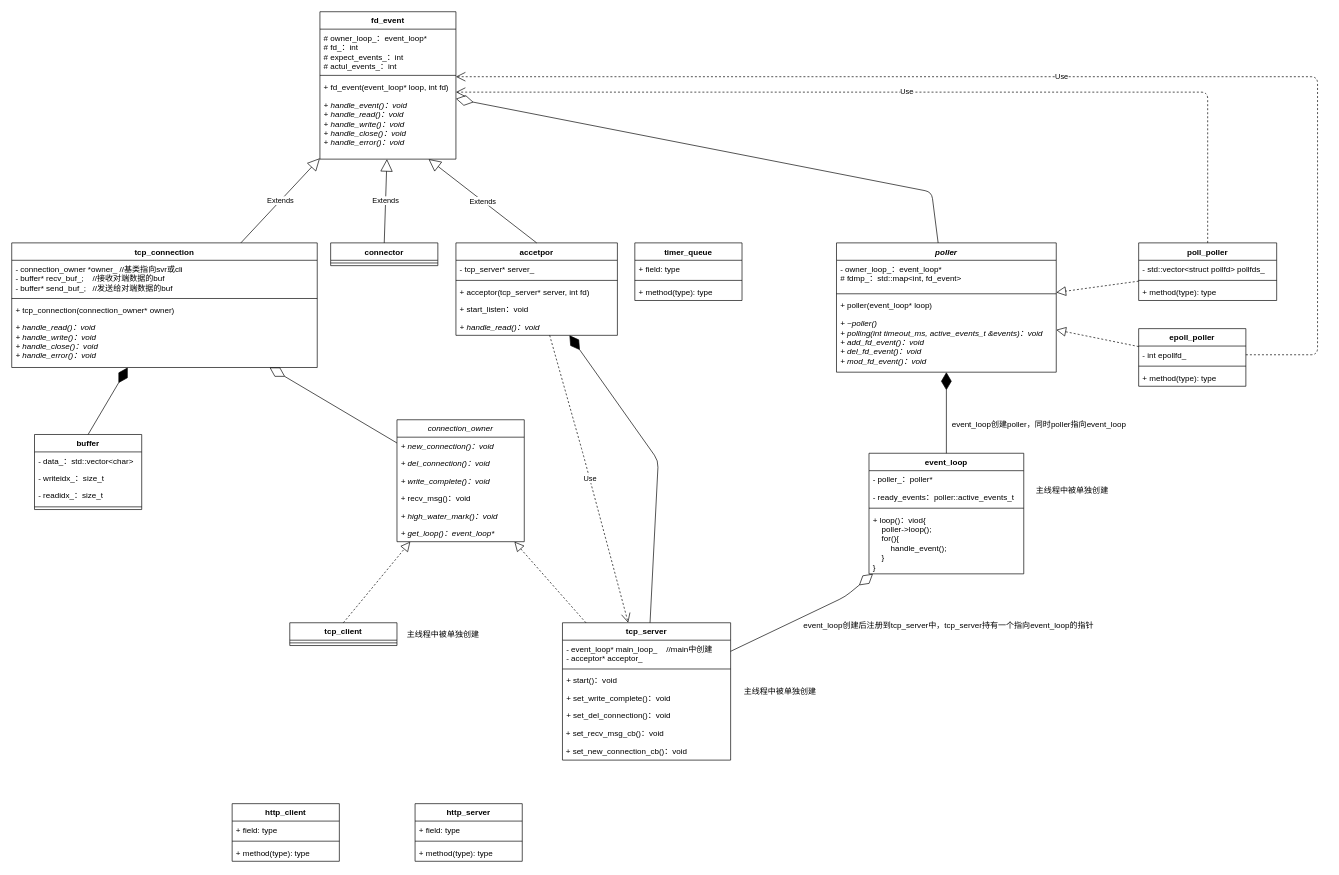
HLhuanglang/eNET keeps this draw.io diagram as page "UML" (5 of 6) of docs/easy_net.drawio. Above is the earlier version. Source tidied: cells renumbered, new cells numbered last; positions are measured from the earlier drawing's top-left corner, leaving out a move shared by most shapes. Both pictures are drawn from the tidied source at 67%, with x=0, y=0 at pixel (11, 11).
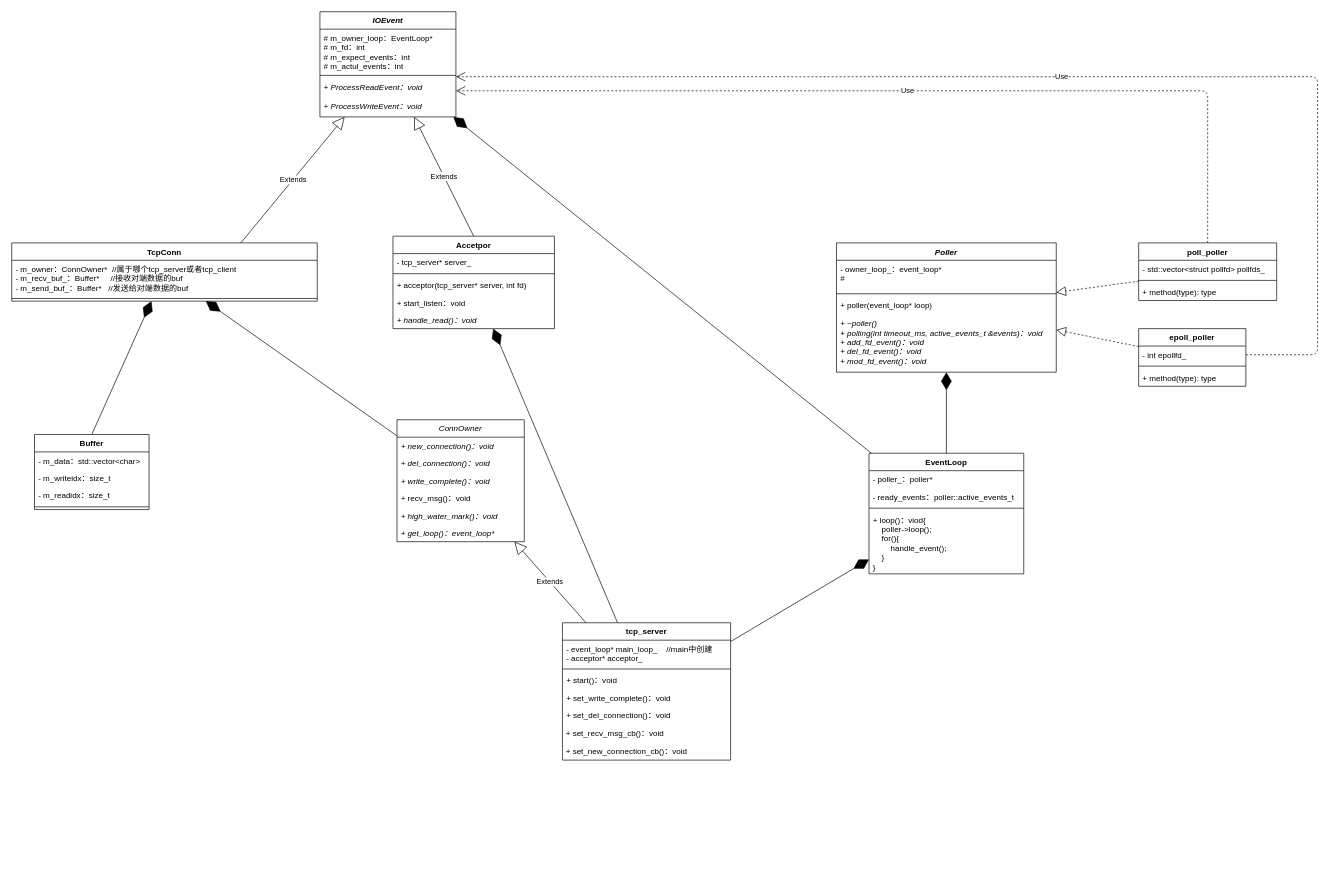
The same page after the edit.

Unchanged cells that the change refers to:
```xml
<mxCell id="16" value="tcp_server" style="swimlane;fontStyle=1;align=center;verticalAlign=top;horizontal=1;startSize=26;" parent="1" vertex="1">
  <mxGeometry x="822" y="912" width="251" height="205" as="geometry" />
</mxCell>
<mxCell id="43" value="poll_poller" style="swimlane;fontStyle=1;align=center;verticalAlign=top;horizontal=1;startSize=26;" parent="1" vertex="1">
  <mxGeometry x="1682" y="345" width="206" height="86" as="geometry" />
</mxCell>
```

The edit, as a diff of the source:
```diff
@@
-    <mxCell id="2" value="buffer" style="swimlane;fontStyle=1;align=center;verticalAlign=top;horizontal=1;startSize=26;" parent="1" vertex="1">
-      <mxGeometry x="34" y="631" width="160" height="112" as="geometry" />
+    <mxCell id="2" value="Buffer" style="swimlane;fontStyle=1;align=center;verticalAlign=top;horizontal=1;startSize=26;" parent="1" vertex="1">
+      <mxGeometry x="34" y="631" width="171" height="112" as="geometry" />
     </mxCell>
-    <mxCell id="3" value="- data_：std::vector&lt;char&gt;" style="text;strokeColor=none;fillColor=none;align=left;verticalAlign=top;spacingLeft=4;spacingRight=4;overflow=hidden;fontStyle=0;" parent="2" vertex="1">
-      <mxGeometry y="26" width="160" height="26" as="geometry" />
+    <mxCell id="3" value="- m_data：std::vector&lt;char&gt;" style="text;strokeColor=none;fillColor=none;align=left;verticalAlign=top;spacingLeft=4;spacingRight=4;overflow=hidden;fontStyle=0;" parent="2" vertex="1">
+      <mxGeometry y="26" width="171" height="26" as="geometry" />
     </mxCell>
-    <mxCell id="4" value="- writeidx_：size_t" style="text;strokeColor=none;fillColor=none;align=left;verticalAlign=top;spacingLeft=4;spacingRight=4;overflow=hidden;fontStyle=0;" parent="2" vertex="1">
-      <mxGeometry y="52" width="160" height="26" as="geometry" />
+    <mxCell id="4" value="- m_writeidx：size_t" style="text;strokeColor=none;fillColor=none;align=left;verticalAlign=top;spacingLeft=4;spacingRight=4;overflow=hidden;fontStyle=0;" parent="2" vertex="1">
+      <mxGeometry y="52" width="171" height="26" as="geometry" />
     </mxCell>
-    <mxCell id="5" value="- readidx_：size_t" style="text;strokeColor=none;fillColor=none;align=left;verticalAlign=top;spacingLeft=4;spacingRight=4;overflow=hidden;fontStyle=0;" parent="2" vertex="1">
-      <mxGeometry y="78" width="160" height="26" as="geometry" />
+    <mxCell id="5" value="- m_readidx：size_t" style="text;strokeColor=none;fillColor=none;align=left;verticalAlign=top;spacingLeft=4;spacingRight=4;overflow=hidden;fontStyle=0;" parent="2" vertex="1">
+      <mxGeometry y="78" width="171" height="26" as="geometry" />
     </mxCell>
     <mxCell id="6" style="line;strokeWidth=1;fillColor=none;align=left;verticalAlign=middle;spacingTop=-1;spacingLeft=3;spacingRight=3;labelPosition=right;strokeColor=inherit;" parent="2" vertex="1">
-      <mxGeometry y="104" width="160" height="8" as="geometry" />
+      <mxGeometry y="104" width="171" height="8" as="geometry" />
     </mxCell>
-    <mxCell id="7" value="connection_owner" style="swimlane;fontStyle=2;horizontal=1;startSize=26;fillColor=none;" parent="1" vertex="1">
+    <mxCell id="7" value="ConnOwner" style="swimlane;fontStyle=2;horizontal=1;startSize=26;fillColor=none;" parent="1" vertex="1">
       <mxGeometry x="575" y="609" width="190" height="182" as="geometry" />
     </mxCell>
@@
-    <mxCell id="14" value="tcp_client" style="swimlane;fontStyle=1;align=center;verticalAlign=top;horizontal=1;startSize=26;" parent="1" vertex="1">
-      <mxGeometry x="415" y="912" width="160" height="34" as="geometry" />
-    </mxCell>
-    <mxCell id="15" style="line;strokeWidth=1;fillColor=none;align=left;verticalAlign=middle;spacingTop=-1;spacingLeft=3;spacingRight=3;labelPosition=right;" parent="14" vertex="1">
-      <mxGeometry y="26" width="160" height="8" as="geometry" />
-    </mxCell>
@@
-    <mxCell id="24" value="tcp_connection" style="swimlane;fontStyle=1;align=center;verticalAlign=top;horizontal=1;startSize=26;" parent="1" vertex="1">
-      <mxGeometry y="345" width="456" height="186" as="geometry" />
+    <mxCell id="24" value="TcpConn" style="swimlane;fontStyle=1;align=center;verticalAlign=top;horizontal=1;startSize=26;" parent="1" vertex="1">
+      <mxGeometry y="345" width="456" height="87" as="geometry" />
     </mxCell>
-    <mxCell id="25" value="- connection_owner *owner_ //基类指向svr或cli&#10;- buffer* recv_buf_;    //接收对端数据的buf&#10;- buffer* send_buf_;   //发送给对端数据的buf" style="text;strokeColor=none;fillColor=none;align=left;verticalAlign=top;spacingLeft=4;spacingRight=4;overflow=hidden;" parent="24" vertex="1">
+    <mxCell id="25" value="- m_owner：ConnOwner*  //属于哪个tcp_server或者tcp_client&#10;- m_recv_buf_：Buffer*     //接收对端数据的buf&#10;- m_send_buf_：Buffer*   //发送给对端数据的buf" style="text;strokeColor=none;fillColor=none;align=left;verticalAlign=top;spacingLeft=4;spacingRight=4;overflow=hidden;" parent="24" vertex="1">
       <mxGeometry y="26" width="456" height="53" as="geometry" />
     </mxCell>
@@
-    <mxCell id="27" value="+ tcp_connection(connection_owner* owner)" style="text;strokeColor=none;fillColor=none;align=left;verticalAlign=top;spacingLeft=4;spacingRight=4;overflow=hidden;fontStyle=0;" parent="24" vertex="1">
-      <mxGeometry y="87" width="456" height="26" as="geometry" />
-    </mxCell>
-    <mxCell id="28" value="+ handle_read()：void &#10;+ handle_write()：void &#10;+ handle_close()：void &#10;+ handle_error()：void " style="text;strokeColor=none;fillColor=none;align=left;verticalAlign=top;spacingLeft=4;spacingRight=4;overflow=hidden;fontStyle=2;" parent="24" vertex="1">
-      <mxGeometry y="113" width="456" height="73" as="geometry" />
-    </mxCell>
-    <mxCell id="29" value="fd_event" style="swimlane;fontStyle=1;align=center;verticalAlign=top;horizontal=1;startSize=26;" parent="1" vertex="1">
-      <mxGeometry x="460" width="203" height="220" as="geometry" />
+    <mxCell id="29" value="IOEvent" style="swimlane;fontStyle=3;align=center;verticalAlign=top;horizontal=1;startSize=26;" parent="1" vertex="1">
+      <mxGeometry x="460" width="203" height="157" as="geometry" />
     </mxCell>
-    <mxCell id="30" value="# owner_loop_：event_loop* &#10;# fd_：int&#10;# expect_events_：int &#10;# actul_events_：int " style="text;strokeColor=none;fillColor=none;align=left;verticalAlign=top;spacingLeft=4;spacingRight=4;overflow=hidden;" parent="29" vertex="1">
+    <mxCell id="30" value="# m_owner_loop：EventLoop* &#10;# m_fd：int&#10;# m_expect_events：int &#10;# m_actul_events：int " style="text;strokeColor=none;fillColor=none;align=left;verticalAlign=top;spacingLeft=4;spacingRight=4;overflow=hidden;" parent="29" vertex="1">
       <mxGeometry y="26" width="203" height="65" as="geometry" />
     </mxCell>
@@
-    <mxCell id="32" value="+ fd_event(event_loop* loop, int fd)&#10;" style="text;strokeColor=none;fillColor=none;align=left;verticalAlign=top;spacingLeft=4;spacingRight=4;overflow=hidden;" parent="29" vertex="1">
-      <mxGeometry y="99" width="203" height="27" as="geometry" />
-    </mxCell>
-    <mxCell id="33" value="+ handle_event()：void &#10;+ handle_read()：void &#10;+ handle_write()：void &#10;+ handle_close()：void &#10;+ handle_error()：void " style="text;strokeColor=none;fillColor=none;align=left;verticalAlign=top;spacingLeft=4;spacingRight=4;overflow=hidden;points=[[0,0.5],[1,0.5]];portConstraint=eastwest;fontStyle=2;" parent="29" vertex="1">
-      <mxGeometry y="126" width="203" height="94" as="geometry" />
+    <mxCell id="33" value="+ ProcessReadEvent：void" style="text;strokeColor=none;fillColor=none;align=left;verticalAlign=top;spacingLeft=4;spacingRight=4;overflow=hidden;points=[[0,0.5],[1,0.5]];portConstraint=eastwest;fontStyle=2;" parent="29" vertex="1">
+      <mxGeometry y="99" width="203" height="29" as="geometry" />
     </mxCell>
+    <mxCell id="93" value="+ ProcessWriteEvent：void" style="text;strokeColor=none;fillColor=none;align=left;verticalAlign=top;spacingLeft=4;spacingRight=4;overflow=hidden;fontStyle=2;" parent="29" vertex="1">
+      <mxGeometry y="128" width="203" height="29" as="geometry" />
+    </mxCell>
-    <mxCell id="34" value="poller" style="swimlane;fontStyle=3;align=center;verticalAlign=top;horizontal=1;startSize=26;" parent="1" vertex="1">
+    <mxCell id="34" value="Poller" style="swimlane;fontStyle=3;align=center;verticalAlign=top;horizontal=1;startSize=26;" parent="1" vertex="1">
       <mxGeometry x="1231" y="345" width="328" height="193" as="geometry" />
     </mxCell>
-    <mxCell id="35" value="- owner_loop_：event_loop* &#10;# fdmp_：std::map&lt;int, fd_event&gt;" style="text;strokeColor=none;fillColor=none;align=left;verticalAlign=top;spacingLeft=4;spacingRight=4;overflow=hidden;" parent="34" vertex="1">
+    <mxCell id="35" value="- owner_loop_：event_loop* &#10;# " style="text;strokeColor=none;fillColor=none;align=left;verticalAlign=top;spacingLeft=4;spacingRight=4;overflow=hidden;" parent="34" vertex="1">
       <mxGeometry y="26" width="328" height="46" as="geometry" />
     </mxCell>
@@
-    <mxCell id="48" value="event_loop" style="swimlane;fontStyle=1;align=center;verticalAlign=top;horizontal=1;startSize=26;" parent="1" vertex="1">
+    <mxCell id="48" value="EventLoop" style="swimlane;fontStyle=1;align=center;verticalAlign=top;horizontal=1;startSize=26;" parent="1" vertex="1">
       <mxGeometry x="1279.5" y="659" width="231" height="180" as="geometry" />
     </mxCell>
@@
-    <mxCell id="53" value="accetpor" style="swimlane;fontStyle=1;align=center;verticalAlign=top;horizontal=1;startSize=26;" parent="1" vertex="1">
-      <mxGeometry x="663" y="345" width="241" height="138" as="geometry" />
+    <mxCell id="53" value="Accetpor" style="swimlane;fontStyle=1;align=center;verticalAlign=top;horizontal=1;startSize=26;" parent="1" vertex="1">
+      <mxGeometry x="569" y="335" width="241" height="138" as="geometry" />
     </mxCell>
@@
-    <mxCell id="59" value="connector" style="swimlane;fontStyle=1;align=center;verticalAlign=top;horizontal=1;startSize=26;" parent="1" vertex="1">
-      <mxGeometry x="476" y="345" width="160" height="34" as="geometry" />
-    </mxCell>
-    <mxCell id="60" style="line;strokeWidth=1;fillColor=none;align=left;verticalAlign=middle;spacingTop=-1;spacingLeft=3;spacingRight=3;labelPosition=right;" parent="59" vertex="1">
-      <mxGeometry y="26" width="160" height="8" as="geometry" />
-    </mxCell>
-    <mxCell id="61" value="Extends" style="endArrow=block;endSize=16;endFill=0;html=1;exitX=0.5;exitY=0;exitDx=0;exitDy=0;" parent="1" edge="1" source="53" target="33">
+    <mxCell id="61" value="Extends" style="endArrow=block;endSize=16;endFill=0;html=1;exitX=0.5;exitY=0;exitDx=0;exitDy=0;" parent="1" edge="1" source="53" target="29">
       <mxGeometry relative="1" as="geometry" />
     </mxCell>
-    <mxCell id="62" value="Extends" style="endArrow=block;endSize=16;endFill=0;html=1;exitX=0.5;exitY=0;exitDx=0;exitDy=0;" parent="1" edge="1" source="59" target="33">
-      <mxGeometry relative="1" as="geometry" />
-    </mxCell>
-    <mxCell id="63" style="endArrow=block;dashed=1;endFill=0;endSize=12;html=1;exitX=0.5;exitY=0;exitDx=0;exitDy=0;" parent="1" edge="1" source="14" target="7">
-      <mxGeometry relative="1" as="geometry" />
-    </mxCell>
-    <mxCell id="64" style="endArrow=block;dashed=1;endFill=0;endSize=12;html=1;" parent="1" edge="1" source="16" target="7">
-      <mxGeometry relative="1" as="geometry" />
-    </mxCell>
@@
-    <mxCell id="67" value="timer_queue" style="swimlane;fontStyle=1;align=center;verticalAlign=top;horizontal=1;startSize=26;" parent="1" vertex="1">
-      <mxGeometry x="930" y="345" width="160" height="86" as="geometry" />
-    </mxCell>
-    <mxCell id="68" value="+ field: type" style="text;strokeColor=none;fillColor=none;align=left;verticalAlign=top;spacingLeft=4;spacingRight=4;overflow=hidden;" parent="67" vertex="1">
-      <mxGeometry y="26" width="160" height="26" as="geometry" />
-    </mxCell>
-    <mxCell id="69" style="line;strokeWidth=1;fillColor=none;align=left;verticalAlign=middle;spacingTop=-1;spacingLeft=3;spacingRight=3;labelPosition=right;strokeColor=inherit;" parent="67" vertex="1">
-      <mxGeometry y="52" width="160" height="8" as="geometry" />
-    </mxCell>
-    <mxCell id="70" value="+ method(type): type" style="text;strokeColor=none;fillColor=none;align=left;verticalAlign=top;spacingLeft=4;spacingRight=4;overflow=hidden;" parent="67" vertex="1">
-      <mxGeometry y="60" width="160" height="26" as="geometry" />
-    </mxCell>
@@
     <mxCell id="72" value="Use" style="endArrow=open;endSize=12;dashed=1;html=1;edgeStyle=orthogonalEdgeStyle;" parent="1" edge="1" source="43" target="29">
       <mxGeometry relative="1" as="geometry">
         <Array as="points">
-          <mxPoint x="1785" y="120" />
+          <mxPoint x="1785" y="118" />
         </Array>
       </mxGeometry>
     </mxCell>
-    <mxCell id="73" value="Use" style="endArrow=open;endSize=12;dashed=1;html=1;" parent="1" edge="1" source="53" target="16">
-      <mxGeometry relative="1" as="geometry">
-        <Array as="points">
-          <mxPoint x="853" y="661" />
-        </Array>
-      </mxGeometry>
-    </mxCell>
-    <mxCell id="74" value="http_server&#10;" style="swimlane;fontStyle=1;align=center;verticalAlign=top;horizontal=1;startSize=26;" parent="1" vertex="1">
-      <mxGeometry x="602" y="1182" width="160" height="86" as="geometry" />
-    </mxCell>
-    <mxCell id="75" value="+ field: type" style="text;strokeColor=none;fillColor=none;align=left;verticalAlign=top;spacingLeft=4;spacingRight=4;overflow=hidden;" parent="74" vertex="1">
-      <mxGeometry y="26" width="160" height="26" as="geometry" />
-    </mxCell>
-    <mxCell id="76" style="line;strokeWidth=1;fillColor=none;align=left;verticalAlign=middle;spacingTop=-1;spacingLeft=3;spacingRight=3;labelPosition=right;strokeColor=inherit;" parent="74" vertex="1">
-      <mxGeometry y="52" width="160" height="8" as="geometry" />
-    </mxCell>
-    <mxCell id="77" value="+ method(type): type" style="text;strokeColor=none;fillColor=none;align=left;verticalAlign=top;spacingLeft=4;spacingRight=4;overflow=hidden;" parent="74" vertex="1">
-      <mxGeometry y="60" width="160" height="26" as="geometry" />
-    </mxCell>
-    <mxCell id="78" value="主线程中被单独创建" style="text;html=1;strokeColor=none;fillColor=none;align=center;verticalAlign=middle;whiteSpace=wrap;rounded=0;" parent="1" vertex="1">
-      <mxGeometry x="1526" y="700" width="114" height="30" as="geometry" />
-    </mxCell>
+    <mxCell id="80" style="endArrow=diamondThin;endFill=1;endSize=24;html=1;" parent="1" edge="1" source="48" target="34">
+      <mxGeometry relative="1" as="geometry" />
+    </mxCell>
+    <mxCell id="88" style="endArrow=diamondThin;endFill=1;endSize=24;html=1;exitX=0.5;exitY=0;exitDx=0;exitDy=0;" parent="1" edge="1" source="2" target="24">
+      <mxGeometry relative="1" as="geometry" />
+    </mxCell>
+    <mxCell id="90" style="endArrow=diamondThin;endFill=1;endSize=24;html=1;" parent="1" edge="1" source="16" target="48">
+      <mxGeometry relative="1" as="geometry" />
+    </mxCell>
+    <mxCell id="94" style="endArrow=diamondThin;endFill=1;endSize=24;html=1;" parent="1" edge="1" source="48" target="29">
+      <mxGeometry relative="1" as="geometry" />
+    </mxCell>
+    <mxCell id="62" value="Extends" style="endArrow=block;endSize=16;endFill=0;html=1;" parent="1" edge="1" source="16" target="7">
+      <mxGeometry relative="1" as="geometry" />
+    </mxCell>
     <mxCell id="79" style="endArrow=diamondThin;endFill=1;endSize=24;html=1;" parent="1" edge="1" source="16" target="53">
-      <mxGeometry relative="1" as="geometry">
-        <Array as="points">
-          <mxPoint x="965" y="670" />
-        </Array>
-      </mxGeometry>
+      <mxGeometry relative="1" as="geometry" />
     </mxCell>
-    <mxCell id="80" style="endArrow=diamondThin;endFill=1;endSize=24;html=1;" parent="1" edge="1" source="48" target="34">
-      <mxGeometry relative="1" as="geometry" />
-    </mxCell>
-    <mxCell id="81" value="http_client" style="swimlane;fontStyle=1;align=center;verticalAlign=top;horizontal=1;startSize=26;" parent="1" vertex="1">
-      <mxGeometry x="329" y="1182" width="160" height="86" as="geometry" />
-    </mxCell>
-    <mxCell id="82" value="+ field: type" style="text;strokeColor=none;fillColor=none;align=left;verticalAlign=top;spacingLeft=4;spacingRight=4;overflow=hidden;" parent="81" vertex="1">
-      <mxGeometry y="26" width="160" height="26" as="geometry" />
-    </mxCell>
-    <mxCell id="83" style="line;strokeWidth=1;fillColor=none;align=left;verticalAlign=middle;spacingTop=-1;spacingLeft=3;spacingRight=3;labelPosition=right;strokeColor=inherit;" parent="81" vertex="1">
-      <mxGeometry y="52" width="160" height="8" as="geometry" />
-    </mxCell>
-    <mxCell id="84" value="+ method(type): type" style="text;strokeColor=none;fillColor=none;align=left;verticalAlign=top;spacingLeft=4;spacingRight=4;overflow=hidden;" parent="81" vertex="1">
-      <mxGeometry y="60" width="160" height="26" as="geometry" />
-    </mxCell>
-    <mxCell id="85" value="主线程中被单独创建" style="text;html=1;strokeColor=none;fillColor=none;align=center;verticalAlign=middle;whiteSpace=wrap;rounded=0;" parent="1" vertex="1">
-      <mxGeometry x="1090" y="999.5" width="114" height="30" as="geometry" />
-    </mxCell>
-    <mxCell id="86" value="主线程中被单独创建" style="text;html=1;strokeColor=none;fillColor=none;align=center;verticalAlign=middle;whiteSpace=wrap;rounded=0;" parent="1" vertex="1">
-      <mxGeometry x="587" y="914" width="114" height="30" as="geometry" />
-    </mxCell>
-    <mxCell id="87" style="endArrow=diamondThin;endFill=0;endSize=24;html=1;" parent="1" edge="1" source="7" target="24">
+    <mxCell id="87" style="endArrow=diamondThin;endFill=1;endSize=24;html=1;" parent="1" edge="1" source="7" target="24">
       <mxGeometry relative="1" as="geometry" />
     </mxCell>
-    <mxCell id="88" style="endArrow=diamondThin;endFill=1;endSize=24;html=1;exitX=0.5;exitY=0;exitDx=0;exitDy=0;" parent="1" edge="1" source="2" target="24">
-      <mxGeometry relative="1" as="geometry" />
-    </mxCell>
-    <mxCell id="89" value="event_loop创建poller，同时poller指向event_loop" style="text;html=1;strokeColor=none;fillColor=none;align=center;verticalAlign=middle;whiteSpace=wrap;rounded=0;" parent="1" vertex="1">
-      <mxGeometry x="1385" y="601" width="297" height="30" as="geometry" />
-    </mxCell>
-    <mxCell id="90" style="endArrow=diamondThin;endFill=0;endSize=24;html=1;" parent="1" edge="1" source="16" target="48">
-      <mxGeometry relative="1" as="geometry">
-        <Array as="points">
-          <mxPoint x="1244" y="873" />
-        </Array>
-      </mxGeometry>
-    </mxCell>
-    <mxCell id="91" value="event_loop创建后注册到tcp_server中，tcp_server持有一个指向event_loop的指针" style="text;html=1;strokeColor=none;fillColor=none;align=center;verticalAlign=middle;whiteSpace=wrap;rounded=0;" parent="1" vertex="1">
-      <mxGeometry x="1164" y="902" width="469" height="30" as="geometry" />
-    </mxCell>
-    <mxCell id="92" style="endArrow=diamondThin;endFill=0;endSize=24;html=1;" parent="1" edge="1" source="34" target="29">
-      <mxGeometry relative="1" as="geometry">
-        <Array as="points">
-          <mxPoint x="1373" y="269" />
-        </Array>
-      </mxGeometry>
-    </mxCell>
```
